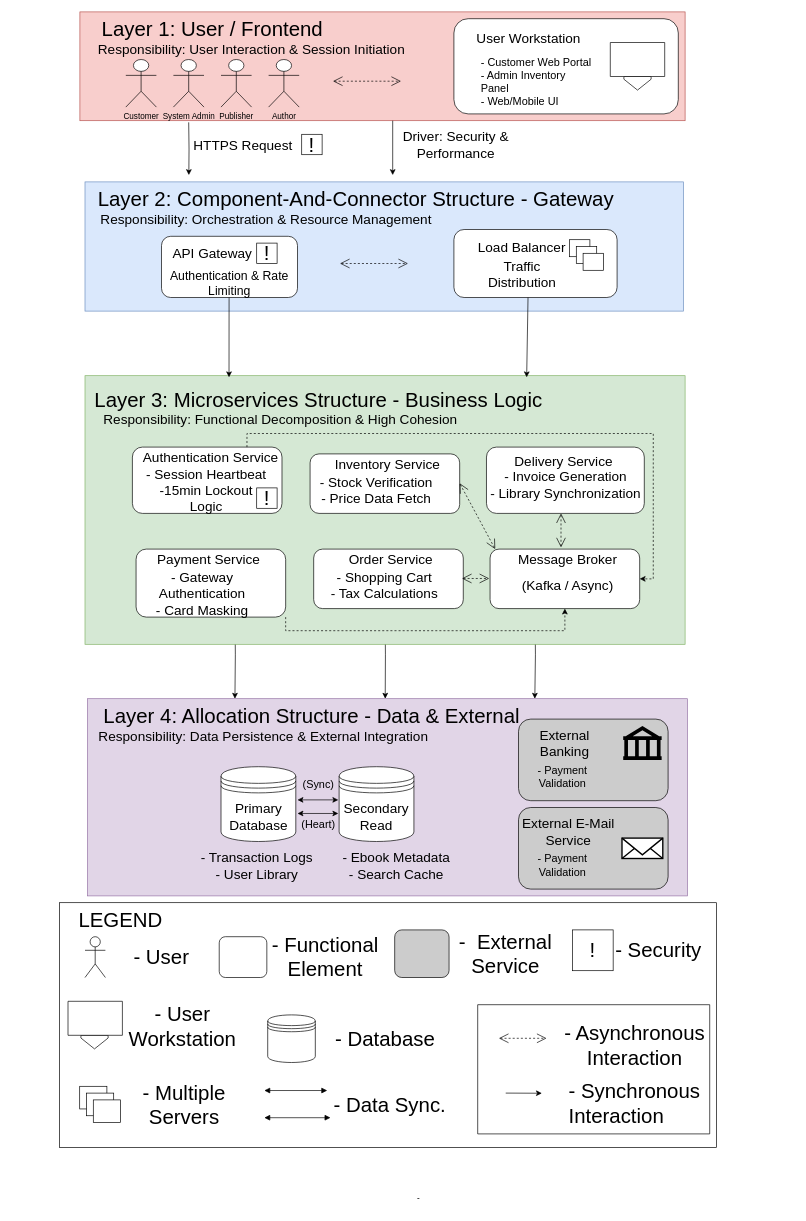
Before: Untitled Diagram.drawio in noleysc/collab-assigment, a draw.io diagram. Source tidied: cells renumbered, new cells numbered last; positions are measured from the earlier drawing's top-left corner, leaving out a move shared by most shapes. Both pictures are drawn from the tidied source at 68%, with x=0, y=0 at pixel (46, 12).
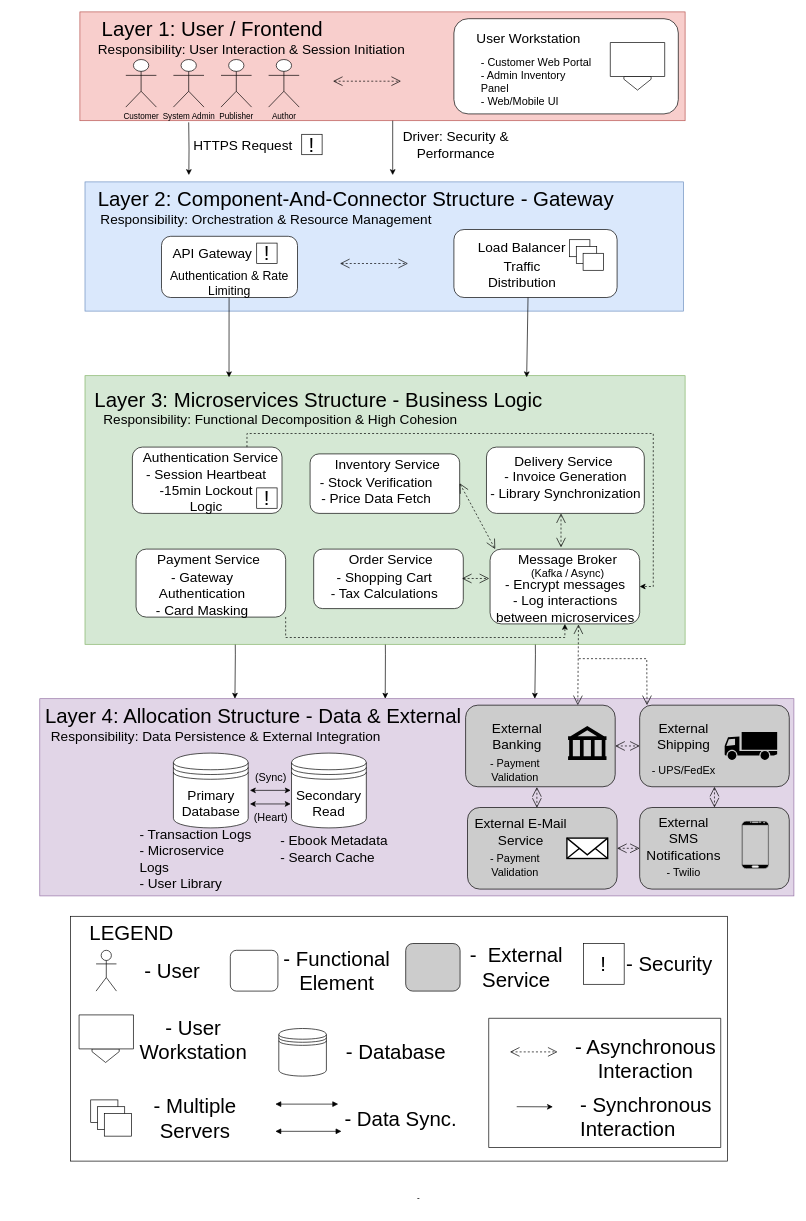
Above is the later version.

The edit, as a diff of the source:
```diff
@@
     <mxCell id="2" style="rounded=0;whiteSpace=wrap;html=1;" parent="1" vertex="1">
-      <mxGeometry x="19" y="1310" width="966.2" height="360" as="geometry" />
+      <mxGeometry x="35.2" y="1330" width="966.2" height="360" as="geometry" />
     </mxCell>
@@
     <mxCell id="8" style="verticalLabelPosition=bottom;verticalAlign=top;html=1;shape=mxgraph.basic.rect;fillColor2=none;strokeWidth=1;size=20;indent=5;" parent="1" vertex="1">
-      <mxGeometry x="634" y="1460" width="341.2" height="190" as="geometry" />
+      <mxGeometry x="650.2" y="1480" width="341.2" height="190" as="geometry" />
     </mxCell>
@@
     <mxCell id="57" style="rounded=1;whiteSpace=wrap;html=1;" parent="1" vertex="1">
-      <mxGeometry x="652.2" y="790" width="220" height="87.5" as="geometry" />
+      <mxGeometry x="652.2" y="790" width="220" height="110" as="geometry" />
     </mxCell>
@@
-    <mxCell id="59" value="&lt;font style=&quot;font-size: 20px;&quot;&gt;(Kafka / Async)&lt;/font&gt;" style="text;html=1;whiteSpace=wrap;strokeColor=none;fillColor=none;align=center;verticalAlign=middle;rounded=0;" parent="1" vertex="1">
-      <mxGeometry x="666.3" y="827.5" width="200.6" height="30" as="geometry" />
+    <mxCell id="59" value="&lt;font style=&quot;font-size: 16px;&quot;&gt;(Kafka / Async)&lt;/font&gt;" style="text;html=1;whiteSpace=wrap;strokeColor=none;fillColor=none;align=center;verticalAlign=middle;rounded=0;" parent="1" vertex="1">
+      <mxGeometry x="665.6" y="810" width="200.6" height="30" as="geometry" />
     </mxCell>
@@
     <mxCell id="66" style="rounded=0;whiteSpace=wrap;html=1;fillColor=#e1d5e7;strokeColor=#9673a6;" parent="1" vertex="1">
-      <mxGeometry x="60" y="1010" width="882.5" height="290" as="geometry" />
+      <mxGeometry x="-10" y="1010" width="1109" height="290" as="geometry" />
     </mxCell>
     <mxCell id="67" value="&lt;font style=&quot;font-size: 20px;&quot;&gt;Primary Database&lt;/font&gt;" style="shape=datastore;whiteSpace=wrap;html=1;" parent="1" vertex="1">
-      <mxGeometry x="256.5" y="1110" width="110" height="110" as="geometry" />
+      <mxGeometry x="186.5" y="1090" width="110" height="110" as="geometry" />
     </mxCell>
     <mxCell id="68" value="&lt;font style=&quot;font-size: 20px;&quot;&gt;Secondary Read&lt;/font&gt;" style="shape=datastore;whiteSpace=wrap;html=1;" parent="1" vertex="1">
-      <mxGeometry x="430.2" y="1110" width="110" height="110" as="geometry" />
+      <mxGeometry x="360.2" y="1090" width="110" height="110" as="geometry" />
     </mxCell>
     <mxCell id="69" value="&lt;font style=&quot;font-size: 30px;&quot;&gt;Layer 4: Allocation Structure - Data &amp;amp; External&lt;/font&gt;" style="text;html=1;whiteSpace=wrap;strokeColor=none;fillColor=none;align=center;verticalAlign=middle;rounded=0;" parent="1" vertex="1">
-      <mxGeometry x="35.2" y="1020" width="710" height="30" as="geometry" />
+      <mxGeometry x="-51" y="1020" width="710" height="30" as="geometry" />
     </mxCell>
     <mxCell id="70" value="&lt;font style=&quot;font-size: 20px;&quot;&gt;Responsibility: Data Persistence &amp;amp; External Integration&lt;/font&gt;" style="text;html=1;whiteSpace=wrap;strokeColor=none;fillColor=none;align=center;verticalAlign=middle;rounded=0;" parent="1" vertex="1">
-      <mxGeometry x="69" y="1050" width="500" height="30" as="geometry" />
+      <mxGeometry x="-1" y="1050" width="500" height="30" as="geometry" />
     </mxCell>
     <mxCell id="71" style="rounded=1;whiteSpace=wrap;html=1;labelBackgroundColor=#B3B3B3;fillColor=#CCCCCC;" parent="1" vertex="1">
-      <mxGeometry x="694" y="1040" width="220" height="120" as="geometry" />
+      <mxGeometry x="616.2" y="1019.5" width="220" height="120" as="geometry" />
     </mxCell>
     <mxCell id="72" style="shape=mxgraph.signs.travel.bank;html=1;fillColor=#000000;strokeColor=none;verticalLabelPosition=bottom;verticalAlign=top;align=center;" parent="1" vertex="1">
-      <mxGeometry x="848" y="1050" width="56.5" height="50" as="geometry" />
+      <mxGeometry x="766.9" y="1050" width="56.5" height="50" as="geometry" />
     </mxCell>
     <mxCell id="73" value="&lt;font style=&quot;font-size: 20px;&quot;&gt;External Banking&lt;/font&gt;" style="text;html=1;whiteSpace=wrap;strokeColor=none;fillColor=none;align=center;verticalAlign=middle;rounded=0;" parent="1" vertex="1">
-      <mxGeometry x="712.2" y="1060" width="100" height="30" as="geometry" />
+      <mxGeometry x="642.2" y="1050" width="100" height="30" as="geometry" />
     </mxCell>
     <mxCell id="74" value="&lt;font style=&quot;font-size: 16px;&quot;&gt;- Payment Validation&lt;/font&gt;" style="text;html=1;whiteSpace=wrap;strokeColor=none;fillColor=none;align=center;verticalAlign=middle;rounded=0;" parent="1" vertex="1">
-      <mxGeometry x="699" y="1110" width="120" height="30" as="geometry" />
+      <mxGeometry x="629" y="1100" width="120" height="30" as="geometry" />
     </mxCell>
     <mxCell id="75" style="rounded=1;whiteSpace=wrap;html=1;fillColor=#CCCCCC;" parent="1" vertex="1">
-      <mxGeometry x="694" y="1170" width="220" height="120" as="geometry" />
+      <mxGeometry x="619" y="1170" width="220" height="120" as="geometry" />
     </mxCell>
     <mxCell id="76" value="&lt;font style=&quot;font-size: 20px;&quot;&gt;External E-Mail Service&lt;/font&gt;" style="text;html=1;whiteSpace=wrap;strokeColor=none;fillColor=none;align=center;verticalAlign=middle;rounded=0;" parent="1" vertex="1">
-      <mxGeometry x="694" y="1190" width="146.8" height="30" as="geometry" />
+      <mxGeometry x="624" y="1190" width="146.8" height="30" as="geometry" />
     </mxCell>
     <mxCell id="77" value="&lt;font style=&quot;font-size: 16px;&quot;&gt;- Payment Validation&lt;/font&gt;" style="text;html=1;whiteSpace=wrap;strokeColor=none;fillColor=none;align=center;verticalAlign=middle;rounded=0;" parent="1" vertex="1">
-      <mxGeometry x="699" y="1240" width="120" height="30" as="geometry" />
+      <mxGeometry x="629" y="1240" width="120" height="30" as="geometry" />
     </mxCell>
     <mxCell id="78" style="endArrow=classic;startArrow=classic;html=1;rounded=0;" parent="1" edge="1">
       <mxGeometry relative="1" as="geometry">
-        <mxPoint x="369" y="1158.8" as="sourcePoint" />
-        <mxPoint x="429" y="1158.8" as="targetPoint" />
+        <mxPoint x="299" y="1144.8" as="sourcePoint" />
+        <mxPoint x="359" y="1144.8" as="targetPoint" />
       </mxGeometry>
     </mxCell>
     <mxCell id="79" style="endArrow=classic;startArrow=classic;html=1;rounded=0;" parent="1" edge="1">
       <mxGeometry relative="1" as="geometry">
-        <mxPoint x="369" y="1178.8" as="sourcePoint" />
-        <mxPoint x="429" y="1178.8" as="targetPoint" />
+        <mxPoint x="299" y="1164.8" as="sourcePoint" />
+        <mxPoint x="359" y="1164.8" as="targetPoint" />
       </mxGeometry>
     </mxCell>
     <mxCell id="80" value="&lt;font style=&quot;font-size: 16px;&quot;&gt;(Sync)&lt;/font&gt;&lt;div&gt;&lt;font style=&quot;font-size: 16px;&quot;&gt;&lt;br&gt;&lt;/font&gt;&lt;/div&gt;&lt;div&gt;&lt;font style=&quot;font-size: 16px;&quot;&gt;&lt;br&gt;&lt;/font&gt;&lt;/div&gt;&lt;div&gt;&lt;font style=&quot;font-size: 16px;&quot;&gt;(Heart)&lt;/font&gt;&lt;/div&gt;" style="text;html=1;whiteSpace=wrap;strokeColor=none;fillColor=none;align=center;verticalAlign=middle;rounded=0;" parent="1" vertex="1">
-      <mxGeometry x="370.2" y="1150" width="60" height="30" as="geometry" />
+      <mxGeometry x="300.2" y="1139.5" width="60" height="30" as="geometry" />
     </mxCell>
-    <mxCell id="81" value="&lt;font style=&quot;font-size: 20px;&quot;&gt;- Transaction Logs&lt;/font&gt;&lt;div&gt;&lt;font style=&quot;font-size: 20px;&quot;&gt;- User Library&lt;/font&gt;&lt;/div&gt;" style="text;html=1;whiteSpace=wrap;strokeColor=none;fillColor=none;align=center;verticalAlign=middle;rounded=0;" parent="1" vertex="1">
-      <mxGeometry x="223.8" y="1240" width="171.2" height="30" as="geometry" />
+    <mxCell id="81" value="&lt;font style=&quot;font-size: 20px;&quot;&gt;- Transaction Logs&lt;/font&gt;&lt;div&gt;&lt;font style=&quot;font-size: 20px;&quot;&gt;- Microservice Logs&lt;/font&gt;&lt;/div&gt;&lt;div&gt;&lt;font style=&quot;font-size: 20px;&quot;&gt;- User Library&lt;/font&gt;&lt;/div&gt;" style="text;html=1;whiteSpace=wrap;strokeColor=none;fillColor=none;align=left;verticalAlign=middle;rounded=0;" parent="1" vertex="1">
+      <mxGeometry x="135.3" y="1230" width="171.2" height="30" as="geometry" />
     </mxCell>
-    <mxCell id="82" value="&lt;font style=&quot;font-size: 20px;&quot;&gt;- Ebook Metadata&lt;/font&gt;&lt;div&gt;&lt;font style=&quot;font-size: 20px;&quot;&gt;- Search Cache&lt;/font&gt;&lt;/div&gt;" style="text;html=1;whiteSpace=wrap;strokeColor=none;fillColor=none;align=center;verticalAlign=middle;rounded=0;" parent="1" vertex="1">
-      <mxGeometry x="430.2" y="1235" width="168.8" height="40" as="geometry" />
+    <mxCell id="82" value="&lt;font style=&quot;font-size: 20px;&quot;&gt;- Ebook Metadata&lt;/font&gt;&lt;div&gt;&lt;font style=&quot;font-size: 20px;&quot;&gt;- Search Cache&lt;/font&gt;&lt;/div&gt;" style="text;html=1;whiteSpace=wrap;strokeColor=none;fillColor=none;align=left;verticalAlign=middle;rounded=0;" parent="1" vertex="1">
+      <mxGeometry x="341.5" y="1210" width="168.8" height="40" as="geometry" />
     </mxCell>
     <mxCell id="83" style="html=1;verticalLabelPosition=bottom;align=center;labelBackgroundColor=#ffffff;verticalAlign=top;strokeWidth=2;strokeColor=#000000;shadow=0;dashed=0;shape=mxgraph.ios7.icons.mail;" parent="1" vertex="1">
-      <mxGeometry x="846.2" y="1215" width="60" height="30" as="geometry" />
+      <mxGeometry x="765.2" y="1215" width="60" height="30" as="geometry" />
     </mxCell>
     <mxCell id="84" value="&lt;font style=&quot;font-size: 30px;&quot;&gt;LEGEND&lt;/font&gt;" style="text;html=1;whiteSpace=wrap;strokeColor=none;fillColor=none;align=center;verticalAlign=middle;rounded=0;" parent="1" vertex="1">
-      <mxGeometry x="79" y="1320" width="60" height="30" as="geometry" />
+      <mxGeometry x="95.2" y="1340" width="60" height="30" as="geometry" />
     </mxCell>
     <mxCell id="85" style="shape=umlActor;verticalLabelPosition=bottom;verticalAlign=top;html=1;" parent="1" vertex="1">
-      <mxGeometry x="56.5" y="1360" width="30" height="60" as="geometry" />
+      <mxGeometry x="72.8" y="1380" width="30" height="60" as="geometry" />
     </mxCell>
     <mxCell id="86" value="&lt;font style=&quot;font-size: 30px;&quot;&gt;- User&lt;/font&gt;" style="text;html=1;whiteSpace=wrap;strokeColor=none;fillColor=none;align=center;verticalAlign=middle;rounded=0;" parent="1" vertex="1">
-      <mxGeometry x="79" y="1375" width="180" height="30" as="geometry" />
+      <mxGeometry x="95.2" y="1395" width="180" height="30" as="geometry" />
     </mxCell>
     <mxCell id="87" value="&lt;div style=&quot;text-align: center;&quot;&gt;&lt;span style=&quot;background-color: transparent; color: light-dark(rgb(0, 0, 0), rgb(255, 255, 255)); font-size: 30px;&quot;&gt;- User Workstation&lt;/span&gt;&lt;/div&gt;" style="text;whiteSpace=wrap;html=1;" parent="1" vertex="1">
-      <mxGeometry x="119" y="1450" width="160" height="60" as="geometry" />
+      <mxGeometry x="135.2" y="1470" width="160" height="60" as="geometry" />
     </mxCell>
     <mxCell id="88" style="shape=loopLimit;whiteSpace=wrap;html=1;direction=west;" parent="1" vertex="1">
-      <mxGeometry x="50.5" y="1505" width="40" height="20" as="geometry" />
+      <mxGeometry x="66.8" y="1525" width="40" height="20" as="geometry" />
     </mxCell>
     <mxCell id="89" style="verticalLabelPosition=bottom;verticalAlign=top;html=1;shape=mxgraph.basic.rect;fillColor2=none;strokeWidth=1;size=20;indent=5;" parent="1" vertex="1">
-      <mxGeometry x="31.5" y="1455" width="80" height="50" as="geometry" />
+      <mxGeometry x="47.8" y="1475" width="80" height="50" as="geometry" />
     </mxCell>
     <mxCell id="90" style="rounded=1;whiteSpace=wrap;html=1;" parent="1" vertex="1">
-      <mxGeometry x="253.9" y="1360" width="70" height="60" as="geometry" />
+      <mxGeometry x="270.2" y="1380" width="70" height="60" as="geometry" />
     </mxCell>
     <mxCell id="91" value="&lt;font style=&quot;font-size: 30px;&quot;&gt;- Functional Element&lt;/font&gt;" style="text;html=1;whiteSpace=wrap;strokeColor=none;fillColor=none;align=center;verticalAlign=middle;rounded=0;" parent="1" vertex="1">
-      <mxGeometry x="325.2" y="1355" width="170" height="70" as="geometry" />
+      <mxGeometry x="341.5" y="1375" width="170" height="70" as="geometry" />
     </mxCell>
     <mxCell id="92" style="shape=datastore;whiteSpace=wrap;html=1;" parent="1" vertex="1">
-      <mxGeometry x="325.2" y="1475" width="70" height="70" as="geometry" />
+      <mxGeometry x="341.5" y="1495" width="70" height="70" as="geometry" />
     </mxCell>
     <mxCell id="93" value="&lt;font style=&quot;font-size: 30px;&quot;&gt;- Database&lt;/font&gt;" style="text;html=1;whiteSpace=wrap;strokeColor=none;fillColor=none;align=center;verticalAlign=middle;rounded=0;" parent="1" vertex="1">
-      <mxGeometry x="417.5" y="1495" width="160" height="30" as="geometry" />
+      <mxGeometry x="433.8" y="1515" width="160" height="30" as="geometry" />
     </mxCell>
@@
     <mxCell id="96" style="rounded=1;whiteSpace=wrap;html=1;fillColor=#CCCCCC;" parent="1" vertex="1">
-      <mxGeometry x="511.9" y="1350" width="80" height="70" as="geometry" />
+      <mxGeometry x="528.1" y="1370" width="80" height="70" as="geometry" />
     </mxCell>
     <mxCell id="97" value="&lt;font style=&quot;font-size: 30px;&quot;&gt;-&amp;nbsp; External Service&lt;/font&gt;" style="text;html=1;whiteSpace=wrap;strokeColor=none;fillColor=none;align=center;verticalAlign=middle;rounded=0;" parent="1" vertex="1">
-      <mxGeometry x="605.2" y="1370" width="140" height="30" as="geometry" />
+      <mxGeometry x="621.4" y="1390" width="140" height="30" as="geometry" />
     </mxCell>
     <mxCell id="98" style="endArrow=open;endFill=1;endSize=12;html=1;rounded=0;startArrow=open;startFill=1;dashed=1;startSize=12;" parent="1" edge="1">
       <mxGeometry relative="1" as="geometry">
-        <mxPoint x="665.2" y="1509.4" as="sourcePoint" />
-        <mxPoint x="735.2" y="1509.4" as="targetPoint" />
+        <mxPoint x="681.4" y="1529.4" as="sourcePoint" />
+        <mxPoint x="751.4" y="1529.4" as="targetPoint" />
       </mxGeometry>
     </mxCell>
@@
     <mxCell id="100" value="&lt;font style=&quot;font-size: 30px;&quot;&gt;- Asynchronous Interaction&lt;/font&gt;" style="text;html=1;whiteSpace=wrap;strokeColor=none;fillColor=none;align=center;verticalAlign=middle;rounded=0;" parent="1" vertex="1">
-      <mxGeometry x="755.2" y="1495" width="220" height="50" as="geometry" />
+      <mxGeometry x="771.4" y="1515" width="220" height="50" as="geometry" />
     </mxCell>
     <mxCell id="101" style="rounded=0;whiteSpace=wrap;html=1;" parent="1" vertex="1">
-      <mxGeometry x="48.7" y="1580" width="40" height="33.3" as="geometry" />
+      <mxGeometry x="64.9" y="1600" width="40" height="33.3" as="geometry" />
     </mxCell>
     <mxCell id="102" style="rounded=0;whiteSpace=wrap;html=1;" parent="1" vertex="1">
-      <mxGeometry x="58.7" y="1590" width="40" height="33.3" as="geometry" />
+      <mxGeometry x="74.9" y="1610" width="40" height="33.3" as="geometry" />
     </mxCell>
     <mxCell id="103" style="rounded=0;whiteSpace=wrap;html=1;" parent="1" vertex="1">
-      <mxGeometry x="68.7" y="1600" width="40" height="33.3" as="geometry" />
+      <mxGeometry x="84.9" y="1620" width="40" height="33.3" as="geometry" />
     </mxCell>
     <mxCell id="104" value="&lt;font style=&quot;font-size: 30px;&quot;&gt;- Multiple Servers&lt;/font&gt;" style="text;html=1;whiteSpace=wrap;strokeColor=none;fillColor=none;align=center;verticalAlign=middle;rounded=0;" parent="1" vertex="1">
-      <mxGeometry x="130" y="1593.3" width="145.2" height="26.7" as="geometry" />
+      <mxGeometry x="146.2" y="1613.3" width="145.2" height="26.7" as="geometry" />
     </mxCell>
     <mxCell id="105" style="edgeStyle=none;orthogonalLoop=1;jettySize=auto;html=1;rounded=0;startSize=10;" parent="1" edge="1">
       <mxGeometry relative="1" as="geometry">
-        <mxPoint x="675.2" y="1590" as="sourcePoint" />
-        <mxPoint x="728.4" y="1590.2" as="targetPoint" />
+        <mxPoint x="691.4" y="1610" as="sourcePoint" />
+        <mxPoint x="744.6" y="1610.2" as="targetPoint" />
       </mxGeometry>
     </mxCell>
     <mxCell id="106" value="&lt;span style=&quot;color: rgb(0, 0, 0); font-family: Helvetica; font-size: 30px; font-style: normal; font-variant-ligatures: normal; font-variant-caps: normal; font-weight: 400; letter-spacing: normal; orphans: 2; text-align: center; text-indent: 0px; text-transform: none; widows: 2; word-spacing: 0px; -webkit-text-stroke-width: 0px; white-space: normal; text-decoration-thickness: initial; text-decoration-style: initial; text-decoration-color: initial; float: none; display: inline !important;&quot;&gt;- Synchronous Interaction&lt;/span&gt;" style="text;whiteSpace=wrap;html=1;" parent="1" vertex="1">
-      <mxGeometry x="766.4" y="1563.3" width="220" height="60" as="geometry" />
+      <mxGeometry x="782.6" y="1583.3" width="220" height="60" as="geometry" />
     </mxCell>
     <mxCell id="107" style="endArrow=block;startArrow=block;endFill=1;startFill=1;html=1;rounded=0;" parent="1" edge="1">
       <mxGeometry relative="1" as="geometry">
-        <mxPoint x="320.2" y="1586.2" as="sourcePoint" />
-        <mxPoint x="412.7" y="1586.2" as="targetPoint" />
+        <mxPoint x="336.4" y="1606.2" as="sourcePoint" />
+        <mxPoint x="428.9" y="1606.2" as="targetPoint" />
       </mxGeometry>
     </mxCell>
     <mxCell id="108" style="endArrow=block;startArrow=block;endFill=1;startFill=1;html=1;rounded=0;" parent="1" edge="1">
       <mxGeometry relative="1" as="geometry">
-        <mxPoint x="320.2" y="1626.2" as="sourcePoint" />
-        <mxPoint x="417.5" y="1626.2" as="targetPoint" />
+        <mxPoint x="336.4" y="1646.2" as="sourcePoint" />
+        <mxPoint x="433.7" y="1646.2" as="targetPoint" />
       </mxGeometry>
     </mxCell>
     <mxCell id="109" value="&lt;font style=&quot;font-size: 30px;&quot;&gt;- Data Sync.&lt;/font&gt;" style="text;html=1;whiteSpace=wrap;strokeColor=none;fillColor=none;align=center;verticalAlign=middle;rounded=0;" parent="1" vertex="1">
-      <mxGeometry x="385.2" y="1593.3" width="240" height="30" as="geometry" />
+      <mxGeometry x="401.4" y="1613.3" width="240" height="30" as="geometry" />
     </mxCell>
     <mxCell id="110" value="&lt;font style=&quot;font-size: 30px;&quot;&gt;!&lt;/font&gt;" style="whiteSpace=wrap;html=1;" parent="1" vertex="1">
-      <mxGeometry x="773.2" y="1350" width="60" height="60" as="geometry" />
+      <mxGeometry x="789.4" y="1370" width="60" height="60" as="geometry" />
     </mxCell>
     <mxCell id="111" value="&lt;font style=&quot;font-size: 30px;&quot;&gt;- Security&lt;/font&gt;" style="text;html=1;whiteSpace=wrap;strokeColor=none;fillColor=none;align=center;verticalAlign=middle;rounded=0;" parent="1" vertex="1">
-      <mxGeometry x="834.8" y="1365" width="130" height="30" as="geometry" />
+      <mxGeometry x="851.1" y="1385" width="130" height="30" as="geometry" />
     </mxCell>
+    <mxCell id="112" value="&lt;font style=&quot;font-size: 20px;&quot;&gt;- Encrypt messages&lt;/font&gt;&lt;div&gt;&lt;font style=&quot;font-size: 20px;&quot;&gt;- Log interactions between microservices&lt;/font&gt;&lt;/div&gt;" style="text;html=1;whiteSpace=wrap;strokeColor=none;fillColor=none;align=center;verticalAlign=middle;rounded=0;" parent="1" vertex="1">
+      <mxGeometry x="657.9" y="850" width="210" height="30" as="geometry" />
+    </mxCell>
+    <mxCell id="113" style="rounded=1;whiteSpace=wrap;html=1;labelBackgroundColor=#B3B3B3;fillColor=#CCCCCC;" parent="1" vertex="1">
+      <mxGeometry x="872.2" y="1019.5" width="220" height="120" as="geometry" />
+    </mxCell>
+    <mxCell id="114" value="&lt;font style=&quot;font-size: 20px;&quot;&gt;External Shipping&lt;/font&gt;" style="text;html=1;whiteSpace=wrap;strokeColor=none;fillColor=none;align=center;verticalAlign=middle;rounded=0;" parent="1" vertex="1">
+      <mxGeometry x="887.2" y="1050" width="100" height="30" as="geometry" />
+    </mxCell>
+    <mxCell id="115" value="&lt;font style=&quot;font-size: 16px;&quot;&gt;- UPS/FedEx&lt;/font&gt;" style="text;html=1;whiteSpace=wrap;strokeColor=none;fillColor=none;align=center;verticalAlign=middle;rounded=0;" parent="1" vertex="1">
+      <mxGeometry x="877.2" y="1100" width="120" height="30" as="geometry" />
+    </mxCell>
+    <mxCell id="116" style="shape=mxgraph.signs.transportation.truck_1;html=1;fillColor=#000000;strokeColor=none;verticalLabelPosition=bottom;verticalAlign=top;align=center;" parent="1" vertex="1">
+      <mxGeometry x="997.2" y="1059" width="77.2" height="41" as="geometry" />
+    </mxCell>
+    <mxCell id="117" style="endArrow=open;endFill=1;endSize=12;html=1;rounded=0;startArrow=open;startFill=1;dashed=1;startSize=12;exitX=0.591;exitY=1.007;exitDx=0;exitDy=0;exitPerimeter=0;entryX=0.75;entryY=0;entryDx=0;entryDy=0;" parent="1" edge="1" source="57" target="71">
+      <mxGeometry relative="1" as="geometry" />
+    </mxCell>
+    <mxCell id="118" style="endArrow=open;endFill=1;endSize=12;html=1;rounded=0;startArrow=none;startFill=0;dashed=1;startSize=12;entryX=0.138;entryY=-0.009;entryDx=0;entryDy=0;entryPerimeter=0;" parent="1" edge="1">
+      <mxGeometry relative="1" as="geometry">
+        <mxPoint x="782.6" y="951.1" as="sourcePoint" />
+        <mxPoint x="883" y="1019.5" as="targetPoint" />
+        <Array as="points">
+          <mxPoint x="882.6" y="951.1" />
+        </Array>
+      </mxGeometry>
+    </mxCell>
+    <mxCell id="119" style="endArrow=open;endFill=1;endSize=12;html=1;rounded=0;startArrow=open;startFill=1;dashed=1;startSize=12;entryX=0.464;entryY=0.003;entryDx=0;entryDy=0;entryPerimeter=0;" parent="1" edge="1" target="75">
+      <mxGeometry relative="1" as="geometry">
+        <mxPoint x="721" y="1140" as="sourcePoint" />
+      </mxGeometry>
+    </mxCell>
+    <mxCell id="120" style="endArrow=open;endFill=1;endSize=12;html=1;rounded=0;startArrow=open;startFill=1;dashed=1;startSize=12;exitX=0.5;exitY=1;exitDx=0;exitDy=0;entryX=0.5;entryY=0;entryDx=0;entryDy=0;" parent="1" edge="1" source="113" target="121">
+      <mxGeometry relative="1" as="geometry" />
+    </mxCell>
+    <mxCell id="121" style="rounded=1;whiteSpace=wrap;html=1;labelBackgroundColor=#B3B3B3;fillColor=#CCCCCC;" parent="1" vertex="1">
+      <mxGeometry x="872.2" y="1170" width="220" height="120" as="geometry" />
+    </mxCell>
+    <mxCell id="122" value="&lt;font style=&quot;font-size: 20px;&quot;&gt;External SMS Notifications&lt;/font&gt;" style="text;html=1;whiteSpace=wrap;strokeColor=none;fillColor=none;align=center;verticalAlign=middle;rounded=0;" parent="1" vertex="1">
+      <mxGeometry x="887.2" y="1200" width="100" height="30" as="geometry" />
+    </mxCell>
+    <mxCell id="123" value="&lt;font style=&quot;font-size: 16px;&quot;&gt;- Twilio&lt;/font&gt;" style="text;html=1;whiteSpace=wrap;strokeColor=none;fillColor=none;align=center;verticalAlign=middle;rounded=0;" parent="1" vertex="1">
+      <mxGeometry x="877.2" y="1250" width="120" height="30" as="geometry" />
+    </mxCell>
+    <mxCell id="124" style="verticalLabelPosition=bottom;verticalAlign=top;html=1;shadow=0;dashed=0;strokeWidth=1;shape=mxgraph.android.phone2;strokeColor=#c0c0c0;fillColor=#000000;" parent="1" vertex="1">
+      <mxGeometry x="1022.2" y="1190" width="40" height="70" as="geometry" />
+    </mxCell>
+    <mxCell id="125" style="endArrow=open;endFill=1;endSize=12;html=1;rounded=0;startArrow=open;startFill=1;dashed=1;startSize=12;entryX=0;entryY=0.5;entryDx=0;entryDy=0;exitX=1;exitY=0.5;exitDx=0;exitDy=0;" parent="1" edge="1" source="71" target="113">
+      <mxGeometry relative="1" as="geometry" />
+    </mxCell>
+    <mxCell id="126" style="endArrow=open;endFill=1;endSize=12;html=1;rounded=0;startArrow=open;startFill=1;dashed=1;startSize=12;entryX=0;entryY=0.5;entryDx=0;entryDy=0;exitX=1;exitY=0.5;exitDx=0;exitDy=0;" parent="1" edge="1" source="75" target="121">
+      <mxGeometry relative="1" as="geometry" />
+    </mxCell>
```
